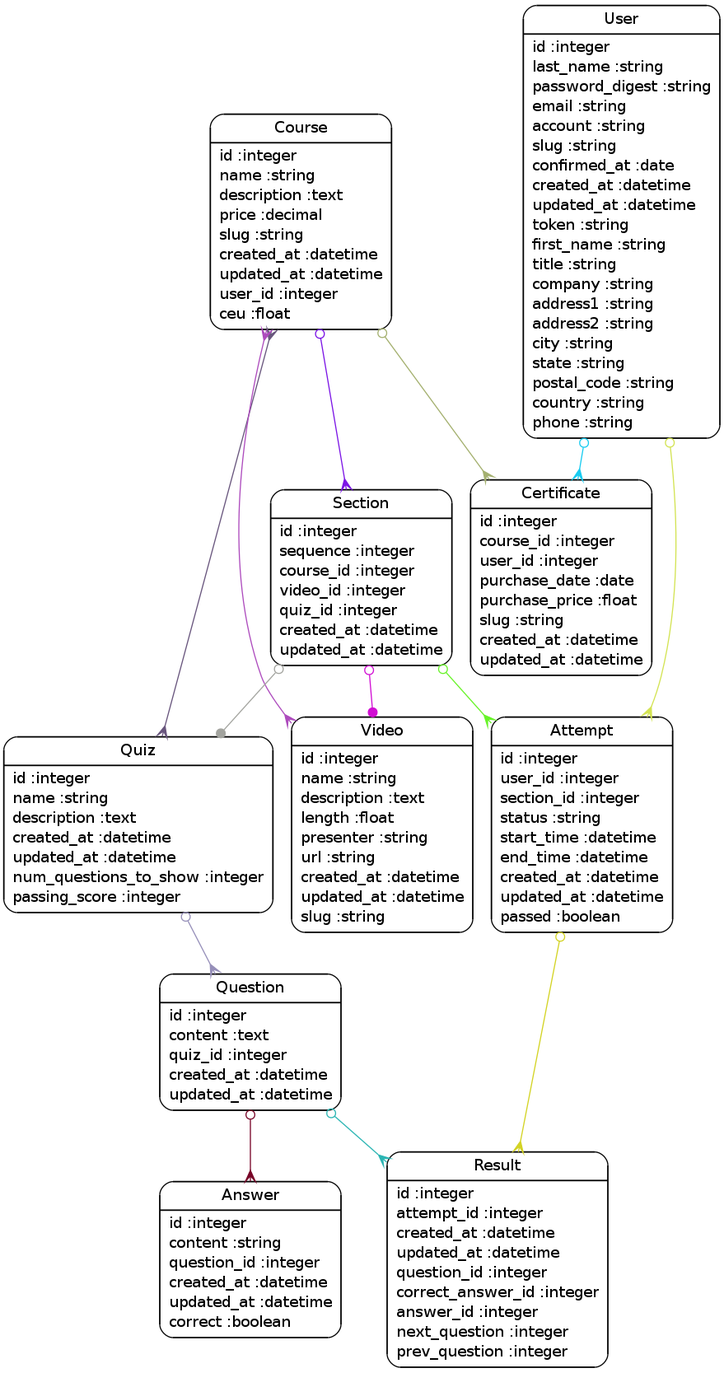
This is doc/models.png from jwncoexists/strategicHR, a Graphviz export, as it was before one commit. Its source is kept beside it as doc/models.dot.
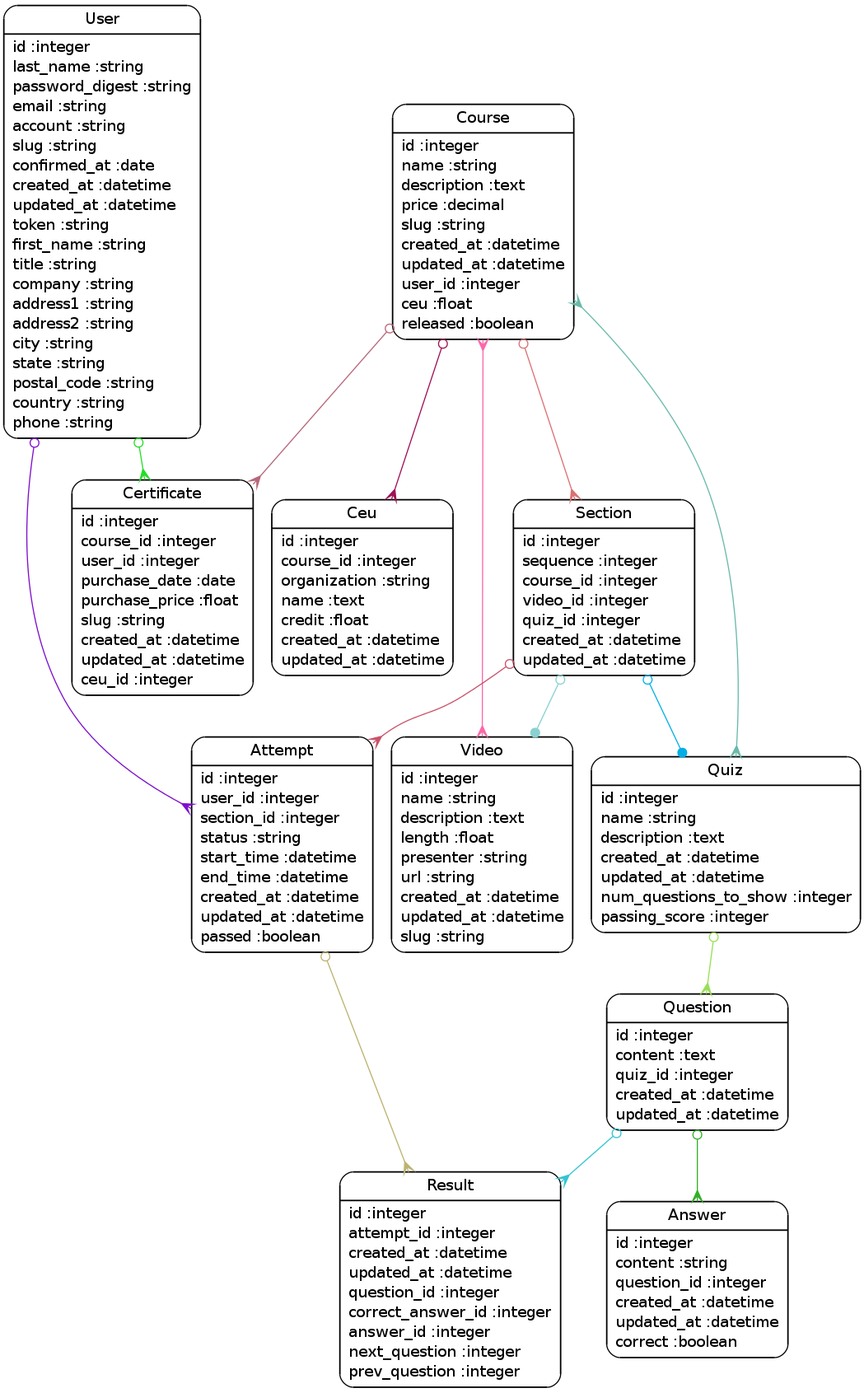
The same file after the commit.

What changed in the source:
```diff
@@ -2,25 +2,27 @@
 	graph[overlap=false, splines=true]
 	"Answer" [shape=Mrecord, label="{Answer|id :integer\lcontent :string\lquestion_id :integer\lcreated_at :datetime\lupdated_at :datetime\lcorrect :boolean\l}"]
 	"Attempt" [shape=Mrecord, label="{Attempt|id :integer\luser_id :integer\lsection_id :integer\lstatus :string\lstart_time :datetime\lend_time :datetime\lcreated_at :datetime\lupdated_at :datetime\lpassed :boolean\l}"]
-	"Certificate" [shape=Mrecord, label="{Certificate|id :integer\lcourse_id :integer\luser_id :integer\lpurchase_date :date\lpurchase_price :float\lslug :string\lcreated_at :datetime\lupdated_at :datetime\l}"]
-	"Course" [shape=Mrecord, label="{Course|id :integer\lname :string\ldescription :text\lprice :decimal\lslug :string\lcreated_at :datetime\lupdated_at :datetime\luser_id :integer\lceu :float\l}"]
+	"Certificate" [shape=Mrecord, label="{Certificate|id :integer\lcourse_id :integer\luser_id :integer\lpurchase_date :date\lpurchase_price :float\lslug :string\lcreated_at :datetime\lupdated_at :datetime\lceu_id :integer\l}"]
+	"Ceu" [shape=Mrecord, label="{Ceu|id :integer\lcourse_id :integer\lorganization :string\lname :text\lcredit :float\lcreated_at :datetime\lupdated_at :datetime\l}"]
+	"Course" [shape=Mrecord, label="{Course|id :integer\lname :string\ldescription :text\lprice :decimal\lslug :string\lcreated_at :datetime\lupdated_at :datetime\luser_id :integer\lceu :float\lreleased :boolean\l}"]
 	"Question" [shape=Mrecord, label="{Question|id :integer\lcontent :text\lquiz_id :integer\lcreated_at :datetime\lupdated_at :datetime\l}"]
 	"Quiz" [shape=Mrecord, label="{Quiz|id :integer\lname :string\ldescription :text\lcreated_at :datetime\lupdated_at :datetime\lnum_questions_to_show :integer\lpassing_score :integer\l}"]
 	"Result" [shape=Mrecord, label="{Result|id :integer\lattempt_id :integer\lcreated_at :datetime\lupdated_at :datetime\lquestion_id :integer\lcorrect_answer_id :integer\lanswer_id :integer\lnext_question :integer\lprev_question :integer\l}"]
 	"Section" [shape=Mrecord, label="{Section|id :integer\lsequence :integer\lcourse_id :integer\lvideo_id :integer\lquiz_id :integer\lcreated_at :datetime\lupdated_at :datetime\l}"]
 	"User" [shape=Mrecord, label="{User|id :integer\llast_name :string\lpassword_digest :string\lemail :string\laccount :string\lslug :string\lconfirmed_at :date\lcreated_at :datetime\lupdated_at :datetime\ltoken :string\lfirst_name :string\ltitle :string\lcompany :string\laddress1 :string\laddress2 :string\lcity :string\lstate :string\lpostal_code :string\lcountry :string\lphone :string\l}"]
 	"Video" [shape=Mrecord, label="{Video|id :integer\lname :string\ldescription :text\llength :float\lpresenter :string\lurl :string\lcreated_at :datetime\lupdated_at :datetime\lslug :string\l}"]
-	"Attempt" -> "Result" [arrowtail=odot, arrowhead=crow, dir=both color="#D3D324"]
-	"Course" -> "Section" [arrowtail=odot, arrowhead=crow, dir=both color="#7B14E5"]
-	"Course" -> "Video" [arrowtail=crow, arrowhead=crow, dir=both color="#AD4BBD"]
-	"Course" -> "Quiz" [arrowtail=crow, arrowhead=crow, dir=both color="#68557D"]
-	"Course" -> "Certificate" [arrowtail=odot, arrowhead=crow, dir=both color="#A4B06F"]
-	"Question" -> "Answer" [arrowtail=odot, arrowhead=crow, dir=both color="#780427"]
-	"Question" -> "Result" [arrowtail=odot, arrowhead=crow, dir=both color="#2BB5B3"]
-	"Quiz" -> "Question" [arrowtail=odot, arrowhead=crow, dir=both color="#968FB9"]
-	"Section" -> "Video" [arrowtail=odot, arrowhead=dot, dir=both color="#D10ED3"]
-	"Section" -> "Quiz" [arrowtail=odot, arrowhead=dot, dir=both color="#A3A49F"]
-	"Section" -> "Attempt" [arrowtail=odot, arrowhead=crow, dir=both color="#68F329"]
-	"User" -> "Certificate" [arrowtail=odot, arrowhead=crow, dir=both color="#17CBF0"]
-	"User" -> "Attempt" [arrowtail=odot, arrowhead=crow, dir=both color="#D3E353"]
+	"Attempt" -> "Result" [arrowtail=odot, arrowhead=crow, dir=both color="#BCB371"]
+	"Course" -> "Section" [arrowtail=odot, arrowhead=crow, dir=both color="#DA7072"]
+	"Course" -> "Video" [arrowtail=crow, arrowhead=crow, dir=both color="#FC67A9"]
+	"Course" -> "Quiz" [arrowtail=crow, arrowhead=crow, dir=both color="#69B9AA"]
+	"Course" -> "Certificate" [arrowtail=odot, arrowhead=crow, dir=both color="#B66779"]
+	"Course" -> "Ceu" [arrowtail=odot, arrowhead=crow, dir=both color="#9E1155"]
+	"Question" -> "Answer" [arrowtail=odot, arrowhead=crow, dir=both color="#32AF28"]
+	"Question" -> "Result" [arrowtail=odot, arrowhead=crow, dir=both color="#31C5D2"]
+	"Quiz" -> "Question" [arrowtail=odot, arrowhead=crow, dir=both color="#99DE58"]
+	"Section" -> "Video" [arrowtail=odot, arrowhead=dot, dir=both color="#89D1D2"]
+	"Section" -> "Quiz" [arrowtail=odot, arrowhead=dot, dir=both color="#04AEE5"]
+	"Section" -> "Attempt" [arrowtail=odot, arrowhead=crow, dir=both color="#CA5269"]
+	"User" -> "Certificate" [arrowtail=odot, arrowhead=crow, dir=both color="#26DD29"]
+	"User" -> "Attempt" [arrowtail=odot, arrowhead=crow, dir=both color="#7D0ECC"]
 }
```
